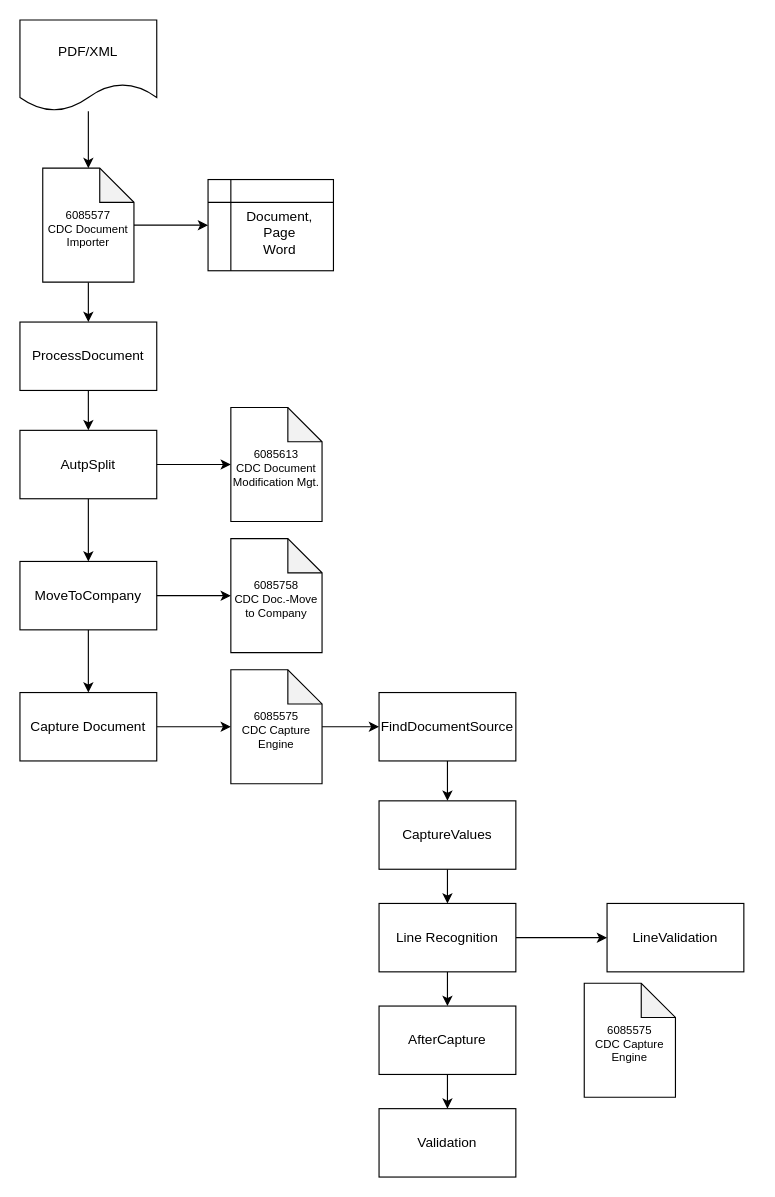
This is Untitled Diagram.drawio from document-capture/Backup-of-old-Document-Capture-Old-repository, a draw.io file, before an edit. Source tidied: cells renumbered, new cells numbered last; positions are measured from the earlier drawing's top-left corner, leaving out a move shared by most shapes. Both pictures are drawn from the tidied source at 114%, with x=0, y=0 at pixel (19, 19).
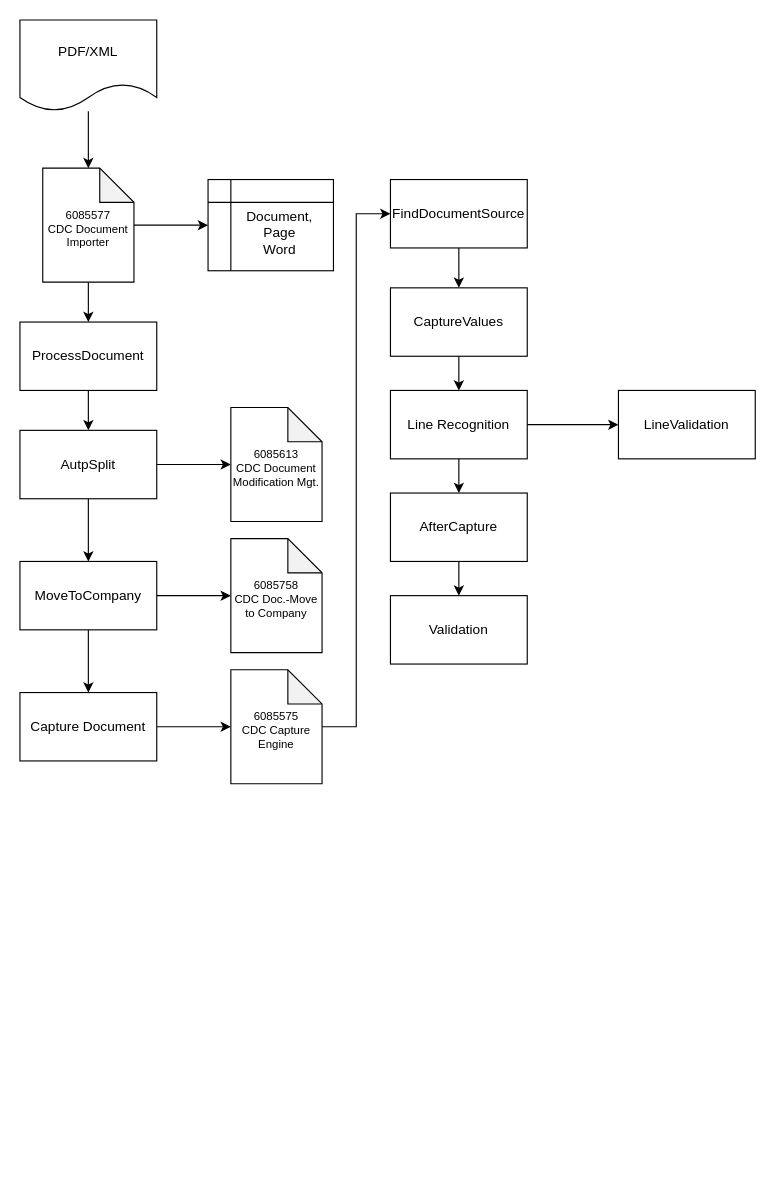
The same diagram, later.

The change refers to these unchanged cells:
```xml
<mxCell id="18" value="6085575&lt;br&gt;CDC Capture Engine" style="shape=note;whiteSpace=wrap;html=1;backgroundOutline=1;darkOpacity=0.05;fontSize=10;spacingTop=6;" parent="1" vertex="1">
  <mxGeometry x="185" y="570" width="80" height="100" as="geometry" />
</mxCell>
```

Change to the diagram source:
```diff
@@
-    <mxCell id="17" style="edgeStyle=orthogonalEdgeStyle;rounded=0;jettySize=auto;html=1;fontSize=10;" parent="1" edge="1" source="18" target="20">
+    <mxCell id="17" style="edgeStyle=orthogonalEdgeStyle;rounded=0;jettySize=auto;html=1;fontSize=10;entryX=0;entryY=0.5;entryDx=0;entryDy=0;" parent="1" edge="1" source="18" target="20">
       <mxGeometry relative="1" as="geometry" />
     </mxCell>
@@
     <mxCell id="20" value="FindDocumentSource" style="rounded=0;whiteSpace=wrap;html=1;" parent="1" vertex="1">
-      <mxGeometry x="315" y="590" width="120" height="60" as="geometry" />
+      <mxGeometry x="325" y="140" width="120" height="60" as="geometry" />
     </mxCell>
@@
     <mxCell id="22" value="CaptureValues" style="rounded=0;whiteSpace=wrap;html=1;" parent="1" vertex="1">
-      <mxGeometry x="315" y="685" width="120" height="60" as="geometry" />
+      <mxGeometry x="325" y="235" width="120" height="60" as="geometry" />
     </mxCell>
@@
     <mxCell id="25" value="Line Recognition" style="rounded=0;whiteSpace=wrap;html=1;" parent="1" vertex="1">
-      <mxGeometry x="315" y="775" width="120" height="60" as="geometry" />
+      <mxGeometry x="325" y="325" width="120" height="60" as="geometry" />
     </mxCell>
     <mxCell id="26" value="LineValidation" style="rounded=0;whiteSpace=wrap;html=1;" parent="1" vertex="1">
-      <mxGeometry x="515" y="775" width="120" height="60" as="geometry" />
+      <mxGeometry x="525" y="325" width="120" height="60" as="geometry" />
     </mxCell>
@@
     <mxCell id="31" value="AfterCapture" style="rounded=0;whiteSpace=wrap;html=1;" parent="1" vertex="1">
-      <mxGeometry x="315" y="865" width="120" height="60" as="geometry" />
+      <mxGeometry x="325" y="415" width="120" height="60" as="geometry" />
     </mxCell>
     <mxCell id="32" value="Validation" style="rounded=0;whiteSpace=wrap;html=1;" parent="1" vertex="1">
-      <mxGeometry x="315" y="955" width="120" height="60" as="geometry" />
+      <mxGeometry x="325" y="505" width="120" height="60" as="geometry" />
     </mxCell>
-    <mxCell id="33" value="6085575&lt;br&gt;CDC Capture Engine" style="shape=note;whiteSpace=wrap;html=1;backgroundOutline=1;darkOpacity=0.05;fontSize=10;spacingTop=6;" parent="1" vertex="1">
-      <mxGeometry x="495" y="845" width="80" height="100" as="geometry" />
-    </mxCell>
```
